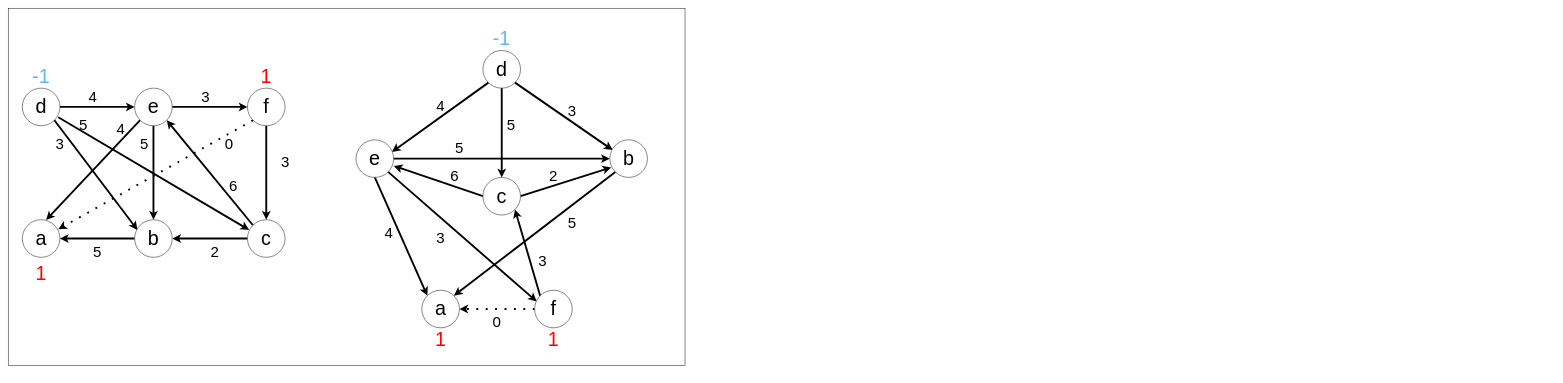
This is Untitled Diagram.drawio from Poopaye-96/Visual_Content, a draw.io file, before an edit. Source tidied: cells renumbered, new cells numbered last; positions are measured from the earlier drawing's top-left corner, leaving out a move shared by most shapes. Both pictures are drawn from the tidied source at 47%, with x=0, y=0 at pixel (8, 8).
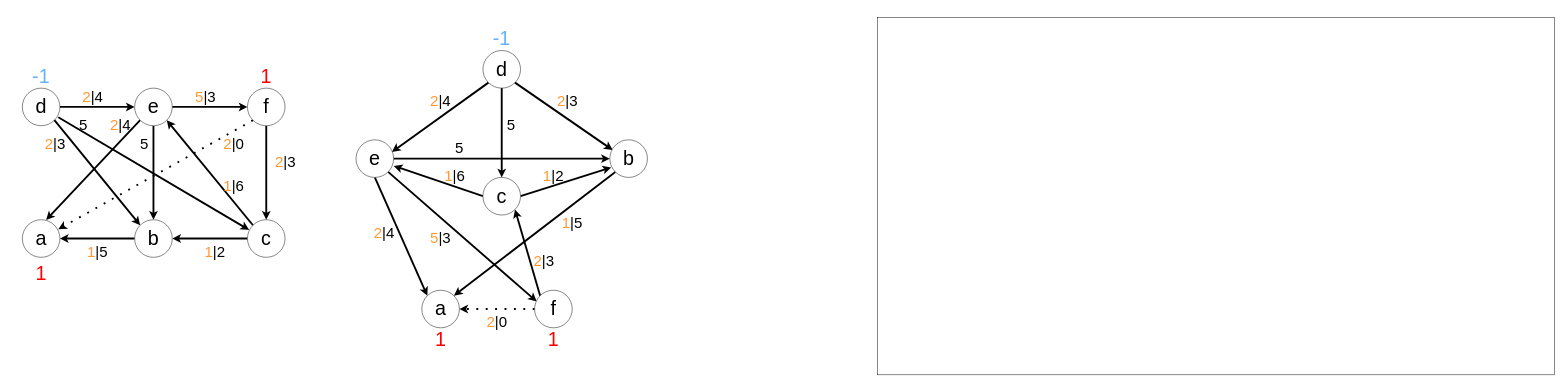
The same page after the edit.

The change refers to these unchanged cells:
```xml
<mxCell id="25" value="&lt;span style=&quot;font-size: 42px&quot;&gt;d&lt;/span&gt;" style="ellipse;whiteSpace=wrap;html=1;" parent="1" vertex="1">
  <mxGeometry x="30" y="170" width="80" height="80" as="geometry" />
</mxCell>
<mxCell id="35" value="&lt;span style=&quot;font-size: 42px&quot;&gt;b&lt;/span&gt;" style="ellipse;whiteSpace=wrap;html=1;" parent="1" vertex="1">
  <mxGeometry x="269" y="450" width="80" height="80" as="geometry" />
</mxCell>
```

What changed in the source:
```diff
@@
-    <mxCell id="33" style="endArrow=classic;html=1;rounded=0;fontSize=42;exitX=1;exitY=1;exitDx=0;exitDy=0;strokeWidth=4;entryX=0.076;entryY=0.273;entryDx=0;entryDy=0;entryPerimeter=0;" parent="1" edge="1" source="25" target="35">
+    <mxCell id="33" style="endArrow=classic;html=1;rounded=0;fontSize=42;exitX=1;exitY=1;exitDx=0;exitDy=0;strokeWidth=4;entryX=0;entryY=0;entryDx=0;entryDy=0;" parent="1" edge="1" source="25" target="35">
       <mxGeometry relative="1" as="geometry" />
     </mxCell>
@@
-    <mxCell id="39" value="&lt;font style=&quot;font-size: 32px&quot;&gt;0&lt;/font&gt;" style="text;html=1;strokeColor=none;fillColor=none;align=center;verticalAlign=middle;whiteSpace=wrap;rounded=0;fontSize=42;" parent="1" vertex="1">
-      <mxGeometry x="440" y="270" width="60" height="30" as="geometry" />
+    <mxCell id="39" value="&lt;font style=&quot;font-size: 32px&quot;&gt;&lt;font color=&quot;#ff9933&quot;&gt;2&lt;/font&gt;|0&lt;/font&gt;" style="text;html=1;strokeColor=none;fillColor=none;align=center;verticalAlign=middle;whiteSpace=wrap;rounded=0;fontSize=42;" parent="1" vertex="1">
+      <mxGeometry x="450" y="270" width="60" height="30" as="geometry" />
     </mxCell>
-    <mxCell id="40" value="&lt;font style=&quot;font-size: 32px&quot;&gt;3&lt;/font&gt;" style="text;html=1;strokeColor=none;fillColor=none;align=center;verticalAlign=middle;whiteSpace=wrap;rounded=0;fontSize=42;" parent="1" vertex="1">
+    <mxCell id="40" value="&lt;font style=&quot;font-size: 32px&quot;&gt;&lt;font color=&quot;#ff9933&quot;&gt;5&lt;/font&gt;|3&lt;/font&gt;" style="text;html=1;strokeColor=none;fillColor=none;align=center;verticalAlign=middle;whiteSpace=wrap;rounded=0;fontSize=42;" parent="1" vertex="1">
       <mxGeometry x="390" y="170" width="60" height="30" as="geometry" />
     </mxCell>
-    <mxCell id="41" value="&lt;font style=&quot;font-size: 32px&quot;&gt;3&lt;/font&gt;" style="text;html=1;strokeColor=none;fillColor=none;align=center;verticalAlign=middle;whiteSpace=wrap;rounded=0;fontSize=42;" parent="1" vertex="1">
+    <mxCell id="41" value="&lt;font style=&quot;font-size: 32px&quot;&gt;&lt;font color=&quot;#ff9933&quot;&gt;2&lt;/font&gt;|3&lt;/font&gt;" style="text;html=1;strokeColor=none;fillColor=none;align=center;verticalAlign=middle;whiteSpace=wrap;rounded=0;fontSize=42;" parent="1" vertex="1">
       <mxGeometry x="560" y="310" width="60" height="30" as="geometry" />
     </mxCell>
-    <mxCell id="42" value="&lt;font style=&quot;font-size: 32px&quot;&gt;6&lt;/font&gt;" style="text;html=1;strokeColor=none;fillColor=none;align=center;verticalAlign=middle;whiteSpace=wrap;rounded=0;fontSize=42;" parent="1" vertex="1">
-      <mxGeometry x="449" y="360" width="60" height="30" as="geometry" />
+    <mxCell id="42" value="&lt;font style=&quot;font-size: 32px&quot;&gt;&lt;font color=&quot;#ff9933&quot;&gt;1&lt;/font&gt;|6&lt;/font&gt;" style="text;html=1;strokeColor=none;fillColor=none;align=center;verticalAlign=middle;whiteSpace=wrap;rounded=0;fontSize=42;" parent="1" vertex="1">
+      <mxGeometry x="450" y="360" width="60" height="30" as="geometry" />
     </mxCell>
@@
-    <mxCell id="44" value="&lt;font style=&quot;font-size: 32px&quot;&gt;4&lt;/font&gt;" style="text;html=1;strokeColor=none;fillColor=none;align=center;verticalAlign=middle;whiteSpace=wrap;rounded=0;fontSize=42;" parent="1" vertex="1">
+    <mxCell id="44" value="&lt;font style=&quot;font-size: 32px&quot;&gt;&lt;font color=&quot;#ff9933&quot;&gt;2&lt;/font&gt;|4&lt;/font&gt;" style="text;html=1;strokeColor=none;fillColor=none;align=center;verticalAlign=middle;whiteSpace=wrap;rounded=0;fontSize=42;" parent="1" vertex="1">
       <mxGeometry x="150" y="170" width="60" height="30" as="geometry" />
     </mxCell>
-    <mxCell id="45" value="&lt;font style=&quot;font-size: 32px&quot;&gt;3&lt;/font&gt;" style="text;html=1;strokeColor=none;fillColor=none;align=center;verticalAlign=middle;whiteSpace=wrap;rounded=0;fontSize=42;" parent="1" vertex="1">
-      <mxGeometry x="80" y="270" width="60" height="30" as="geometry" />
+    <mxCell id="45" value="&lt;font style=&quot;font-size: 32px&quot;&gt;&lt;font color=&quot;#ff9933&quot;&gt;2&lt;/font&gt;|3&lt;/font&gt;" style="text;html=1;strokeColor=none;fillColor=none;align=center;verticalAlign=middle;whiteSpace=wrap;rounded=0;fontSize=42;" parent="1" vertex="1">
+      <mxGeometry x="70" y="270" width="60" height="30" as="geometry" />
     </mxCell>
-    <mxCell id="46" value="&lt;font style=&quot;font-size: 32px&quot;&gt;4&lt;/font&gt;" style="text;html=1;strokeColor=none;fillColor=none;align=center;verticalAlign=middle;whiteSpace=wrap;rounded=0;fontSize=42;" parent="1" vertex="1">
-      <mxGeometry x="210" y="240" width="60" height="30" as="geometry" />
+    <mxCell id="46" value="&lt;font style=&quot;font-size: 32px&quot;&gt;&lt;font color=&quot;#ff9933&quot;&gt;2&lt;/font&gt;|4&lt;/font&gt;" style="text;html=1;strokeColor=none;fillColor=none;align=center;verticalAlign=middle;whiteSpace=wrap;rounded=0;fontSize=42;" parent="1" vertex="1">
+      <mxGeometry x="209" y="230" width="60" height="30" as="geometry" />
     </mxCell>
@@
-    <mxCell id="48" value="&lt;font style=&quot;font-size: 32px&quot;&gt;5&lt;/font&gt;" style="text;html=1;strokeColor=none;fillColor=none;align=center;verticalAlign=middle;whiteSpace=wrap;rounded=0;fontSize=42;" parent="1" vertex="1">
+    <mxCell id="48" value="&lt;font style=&quot;font-size: 32px&quot;&gt;&lt;font color=&quot;#ff9933&quot;&gt;1&lt;/font&gt;|5&lt;/font&gt;" style="text;html=1;strokeColor=none;fillColor=none;align=center;verticalAlign=middle;whiteSpace=wrap;rounded=0;fontSize=42;" parent="1" vertex="1">
       <mxGeometry x="160" y="500" width="60" height="30" as="geometry" />
     </mxCell>
-    <mxCell id="49" value="&lt;font style=&quot;font-size: 32px&quot;&gt;2&lt;/font&gt;" style="text;html=1;strokeColor=none;fillColor=none;align=center;verticalAlign=middle;whiteSpace=wrap;rounded=0;fontSize=42;" parent="1" vertex="1">
+    <mxCell id="49" value="&lt;font style=&quot;font-size: 32px&quot;&gt;&lt;font color=&quot;#ff9933&quot;&gt;1&lt;/font&gt;|2&lt;/font&gt;" style="text;html=1;strokeColor=none;fillColor=none;align=center;verticalAlign=middle;whiteSpace=wrap;rounded=0;fontSize=42;" parent="1" vertex="1">
       <mxGeometry x="410" y="500" width="60" height="30" as="geometry" />
     </mxCell>
@@
-    <mxCell id="53" value="&lt;font style=&quot;font-size: 32px&quot;&gt;4&lt;/font&gt;" style="text;html=1;strokeColor=none;fillColor=none;align=center;verticalAlign=middle;whiteSpace=wrap;rounded=0;fontSize=42;" parent="1" vertex="1">
-      <mxGeometry x="890" y="190" width="60" height="30" as="geometry" />
+    <mxCell id="53" value="&lt;font style=&quot;font-size: 32px&quot;&gt;&lt;font color=&quot;#ff9933&quot;&gt;2&lt;/font&gt;|4&lt;/font&gt;" style="text;html=1;strokeColor=none;fillColor=none;align=center;verticalAlign=middle;whiteSpace=wrap;rounded=0;fontSize=42;" parent="1" vertex="1">
+      <mxGeometry x="890" y="180" width="60" height="30" as="geometry" />
     </mxCell>
@@
-    <mxCell id="55" value="&lt;font style=&quot;font-size: 32px&quot;&gt;3&lt;/font&gt;" style="text;html=1;strokeColor=none;fillColor=none;align=center;verticalAlign=middle;whiteSpace=wrap;rounded=0;fontSize=42;" parent="1" vertex="1">
-      <mxGeometry x="1170" y="200" width="60" height="30" as="geometry" />
+    <mxCell id="55" value="&lt;font style=&quot;font-size: 32px&quot;&gt;&lt;font color=&quot;#ff9933&quot;&gt;2&lt;/font&gt;|3&lt;/font&gt;" style="text;html=1;strokeColor=none;fillColor=none;align=center;verticalAlign=middle;whiteSpace=wrap;rounded=0;fontSize=42;" parent="1" vertex="1">
+      <mxGeometry x="1160" y="180" width="60" height="30" as="geometry" />
     </mxCell>
-    <mxCell id="56" value="&lt;font style=&quot;font-size: 32px&quot;&gt;4&lt;/font&gt;" style="text;html=1;strokeColor=none;fillColor=none;align=center;verticalAlign=middle;whiteSpace=wrap;rounded=0;fontSize=42;" parent="1" vertex="1">
-      <mxGeometry x="780" y="460" width="60" height="30" as="geometry" />
+    <mxCell id="56" value="&lt;font style=&quot;font-size: 32px&quot;&gt;&lt;font color=&quot;#ff9933&quot;&gt;2&lt;/font&gt;|4&lt;/font&gt;" style="text;html=1;strokeColor=none;fillColor=none;align=center;verticalAlign=middle;whiteSpace=wrap;rounded=0;fontSize=42;" parent="1" vertex="1">
+      <mxGeometry x="770" y="460" width="60" height="30" as="geometry" />
     </mxCell>
-    <mxCell id="57" value="&lt;font style=&quot;font-size: 32px&quot;&gt;3&lt;/font&gt;" style="text;html=1;strokeColor=none;fillColor=none;align=center;verticalAlign=middle;whiteSpace=wrap;rounded=0;fontSize=42;" parent="1" vertex="1">
+    <mxCell id="57" value="&lt;font style=&quot;font-size: 32px&quot;&gt;&lt;font color=&quot;#ff9933&quot;&gt;5&lt;/font&gt;|3&lt;/font&gt;" style="text;html=1;strokeColor=none;fillColor=none;align=center;verticalAlign=middle;whiteSpace=wrap;rounded=0;fontSize=42;" parent="1" vertex="1">
       <mxGeometry x="890" y="470" width="60" height="30" as="geometry" />
     </mxCell>
@@
-    <mxCell id="59" value="&lt;font style=&quot;font-size: 32px&quot;&gt;6&lt;/font&gt;" style="text;html=1;strokeColor=none;fillColor=none;align=center;verticalAlign=middle;whiteSpace=wrap;rounded=0;fontSize=42;" parent="1" vertex="1">
+    <mxCell id="59" value="&lt;font style=&quot;font-size: 32px&quot;&gt;&lt;font color=&quot;#ff9933&quot;&gt;1&lt;/font&gt;|6&lt;/font&gt;" style="text;html=1;strokeColor=none;fillColor=none;align=center;verticalAlign=middle;whiteSpace=wrap;rounded=0;fontSize=42;" parent="1" vertex="1">
       <mxGeometry x="920" y="340" width="60" height="30" as="geometry" />
     </mxCell>
-    <mxCell id="60" value="&lt;font style=&quot;font-size: 32px&quot;&gt;2&lt;/font&gt;" style="text;html=1;strokeColor=none;fillColor=none;align=center;verticalAlign=middle;whiteSpace=wrap;rounded=0;fontSize=42;" parent="1" vertex="1">
+    <mxCell id="60" value="&lt;font style=&quot;font-size: 32px&quot;&gt;&lt;font color=&quot;#ff9933&quot;&gt;1&lt;/font&gt;|2&lt;/font&gt;" style="text;html=1;strokeColor=none;fillColor=none;align=center;verticalAlign=middle;whiteSpace=wrap;rounded=0;fontSize=42;" parent="1" vertex="1">
       <mxGeometry x="1130" y="340" width="60" height="30" as="geometry" />
     </mxCell>
-    <mxCell id="61" value="&lt;font style=&quot;font-size: 32px&quot;&gt;5&lt;/font&gt;" style="text;html=1;strokeColor=none;fillColor=none;align=center;verticalAlign=middle;whiteSpace=wrap;rounded=0;fontSize=42;" parent="1" vertex="1">
+    <mxCell id="61" value="&lt;font style=&quot;font-size: 32px&quot;&gt;&lt;font color=&quot;#ff9933&quot;&gt;1&lt;/font&gt;|5&lt;/font&gt;" style="text;html=1;strokeColor=none;fillColor=none;align=center;verticalAlign=middle;whiteSpace=wrap;rounded=0;fontSize=42;" parent="1" vertex="1">
       <mxGeometry x="1170" y="440" width="60" height="30" as="geometry" />
     </mxCell>
-    <mxCell id="62" value="&lt;font style=&quot;font-size: 32px&quot;&gt;3&lt;/font&gt;" style="text;html=1;strokeColor=none;fillColor=none;align=center;verticalAlign=middle;whiteSpace=wrap;rounded=0;fontSize=42;" parent="1" vertex="1">
-      <mxGeometry x="1107" y="520" width="60" height="30" as="geometry" />
+    <mxCell id="62" value="&lt;font style=&quot;font-size: 32px&quot;&gt;&lt;font color=&quot;#ff9933&quot;&gt;2&lt;/font&gt;|3&lt;/font&gt;" style="text;html=1;strokeColor=none;fillColor=none;align=center;verticalAlign=middle;whiteSpace=wrap;rounded=0;fontSize=42;" parent="1" vertex="1">
+      <mxGeometry x="1110" y="520" width="60" height="30" as="geometry" />
     </mxCell>
-    <mxCell id="63" value="&lt;font style=&quot;font-size: 32px&quot;&gt;0&lt;/font&gt;" style="text;html=1;strokeColor=none;fillColor=none;align=center;verticalAlign=middle;whiteSpace=wrap;rounded=0;fontSize=42;" parent="1" vertex="1">
+    <mxCell id="63" value="&lt;font style=&quot;font-size: 32px&quot;&gt;&lt;font color=&quot;#ff9933&quot;&gt;2&lt;/font&gt;|0&lt;/font&gt;" style="text;html=1;strokeColor=none;fillColor=none;align=center;verticalAlign=middle;whiteSpace=wrap;rounded=0;fontSize=42;" parent="1" vertex="1">
       <mxGeometry x="1010" y="650" width="60" height="30" as="geometry" />
     </mxCell>
     <mxCell id="64" style="rounded=0;whiteSpace=wrap;html=1;fontSize=32;fontColor=#000000;fillColor=none;" parent="1" vertex="1">
-      <mxGeometry width="1440" height="760" as="geometry" />
+      <mxGeometry x="1850" y="20" width="1440" height="760" as="geometry" />
     </mxCell>
```
